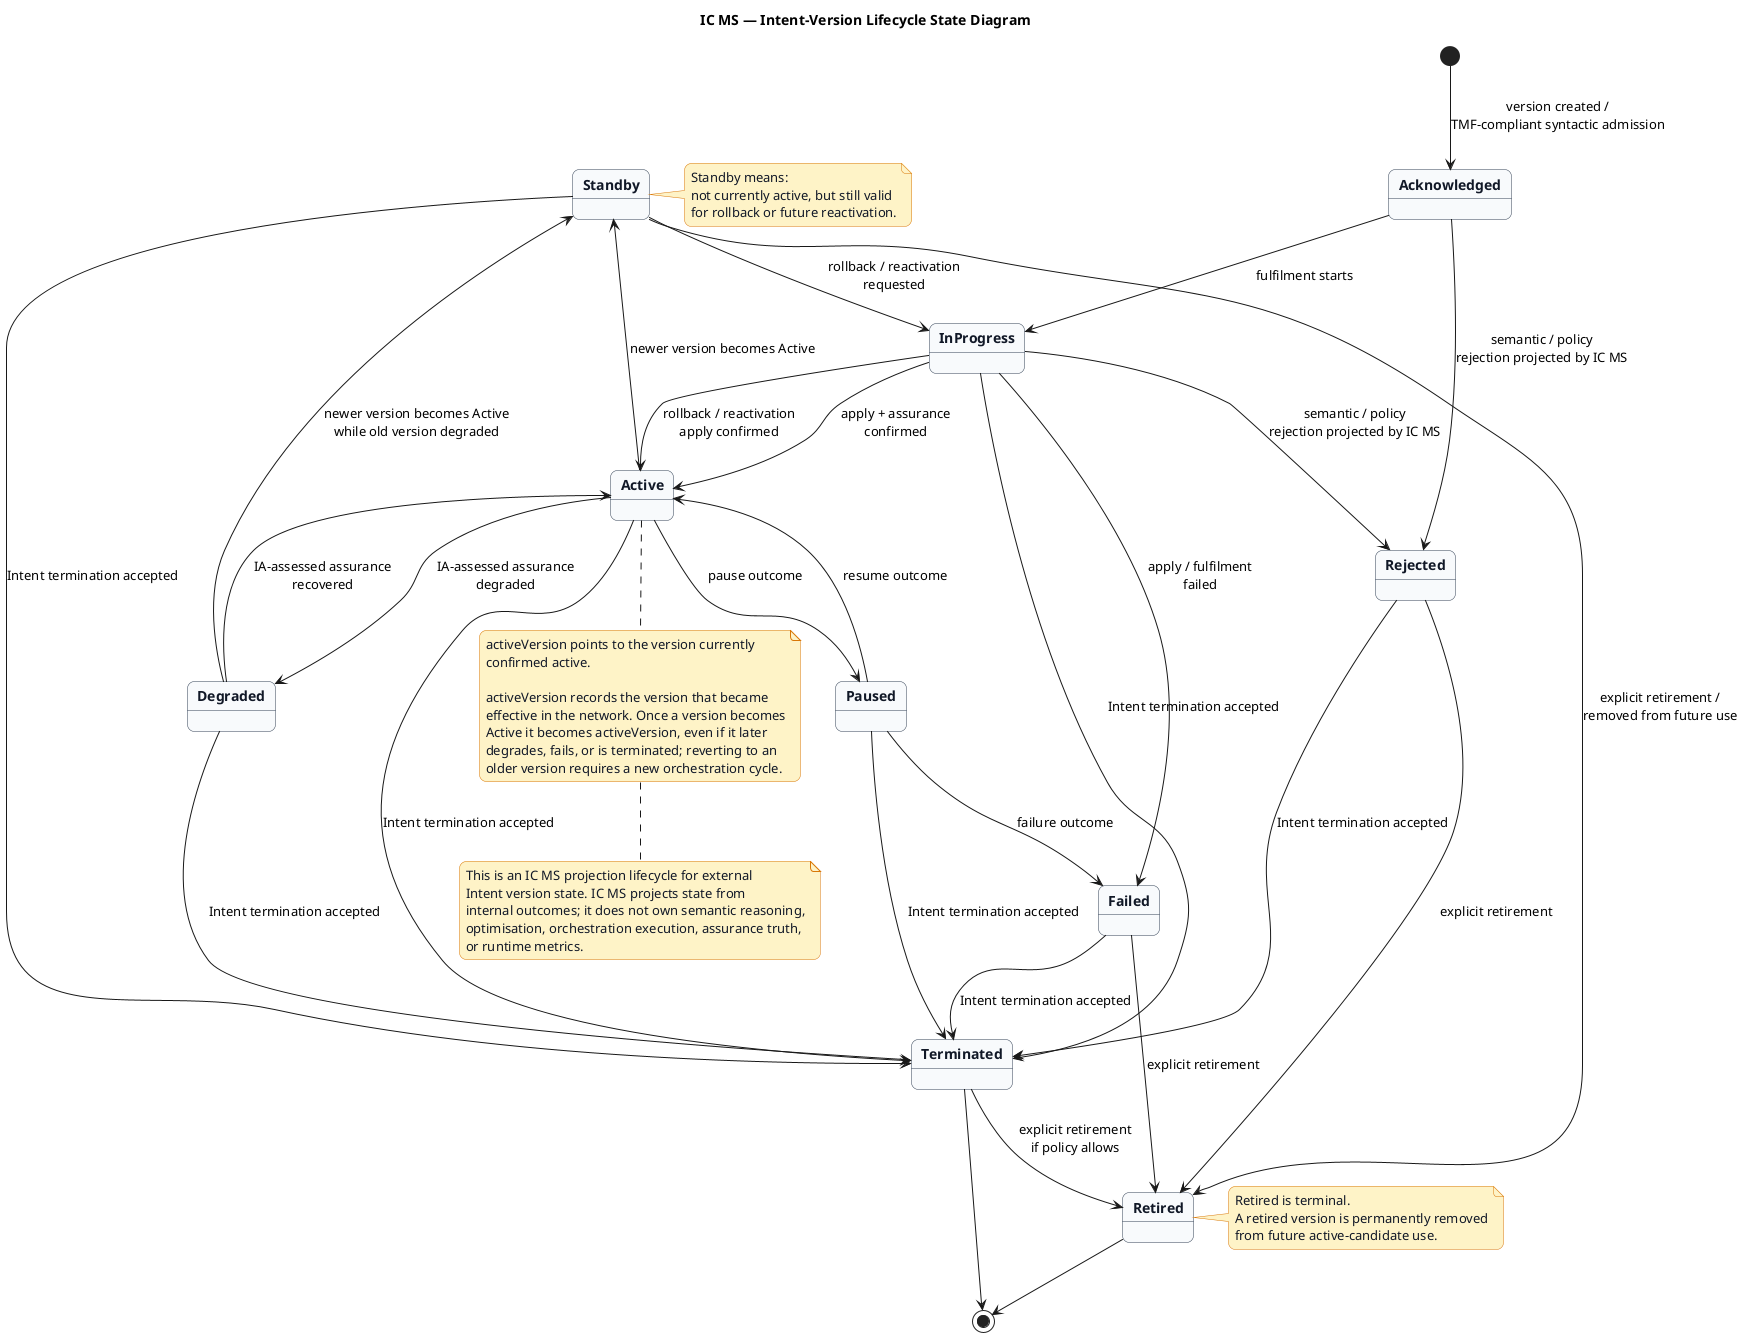
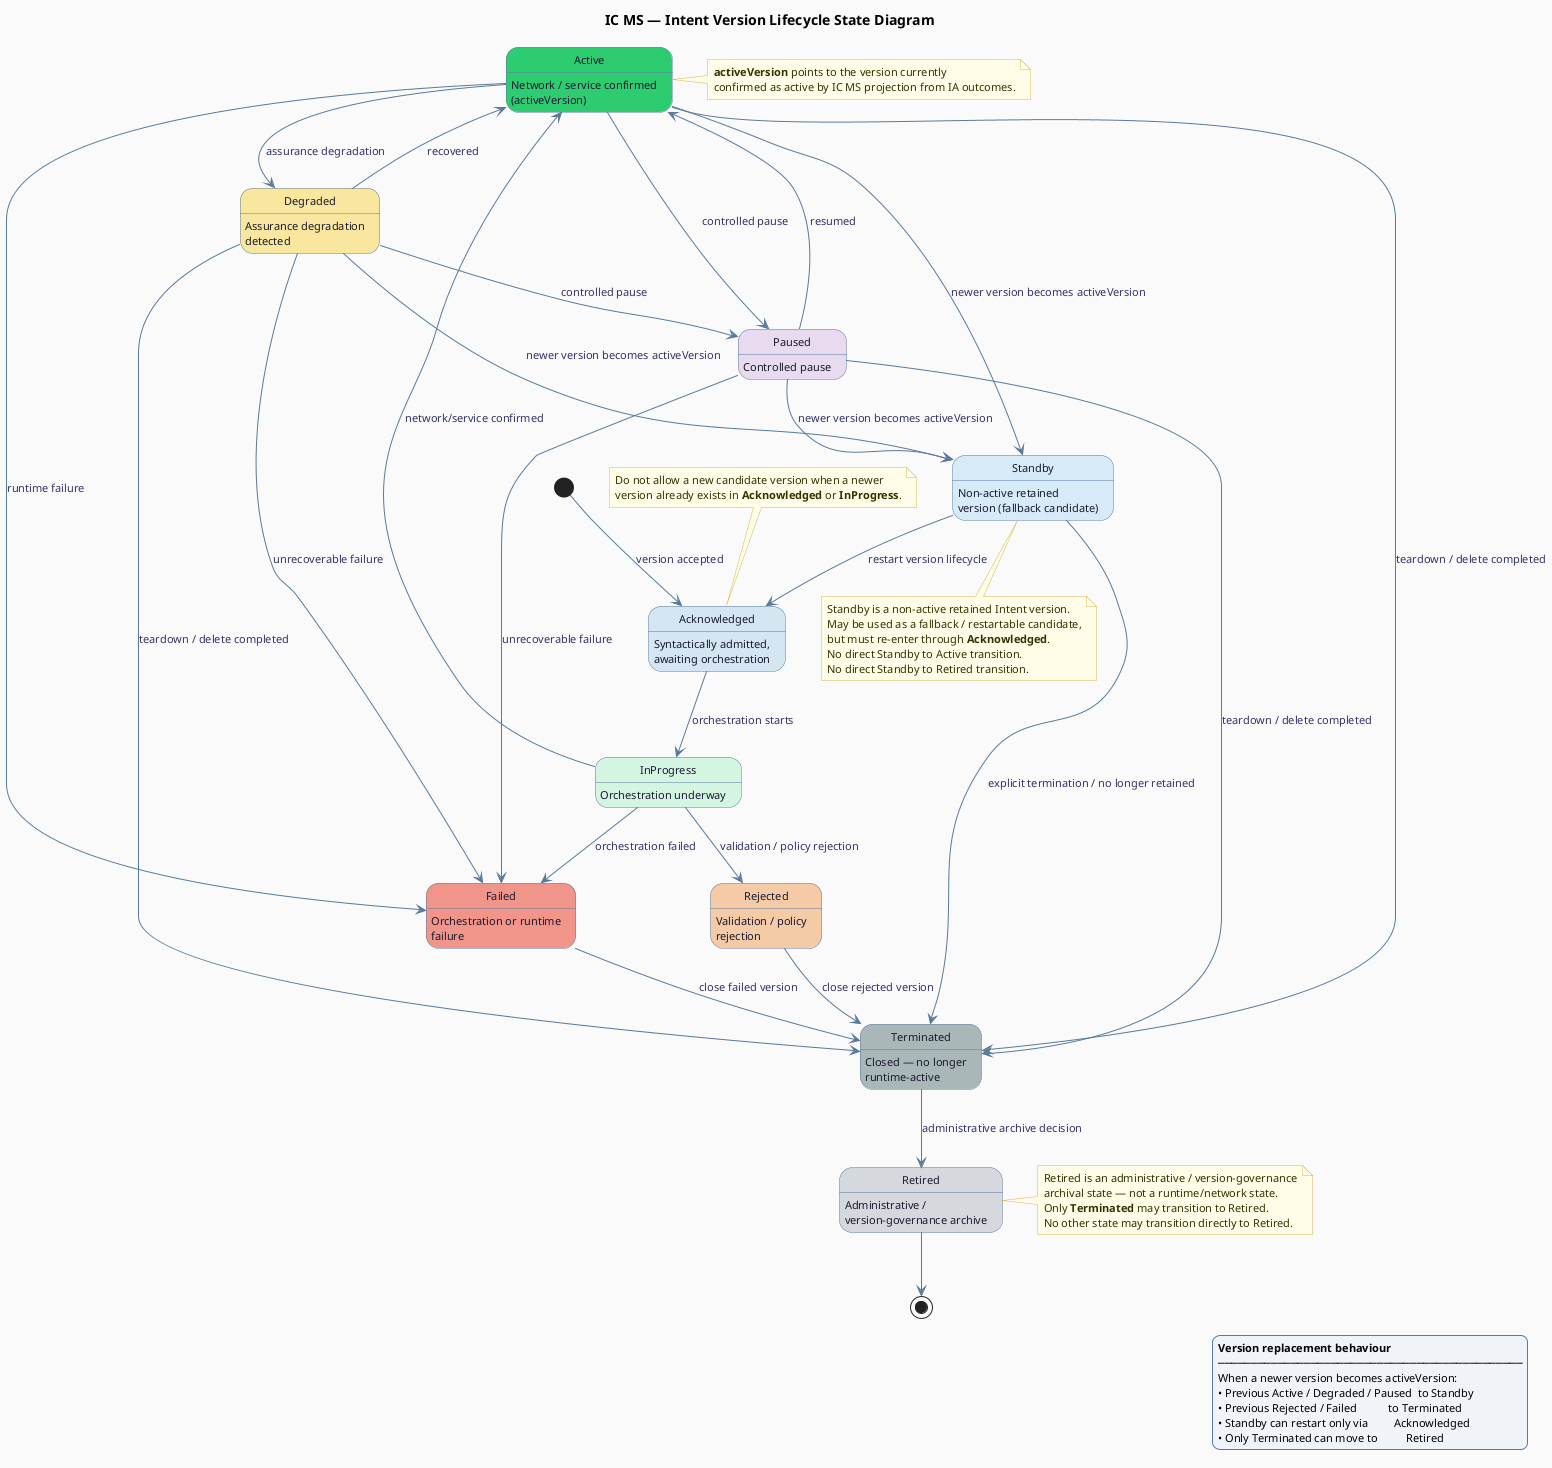
@startuml
- title IC MS — Intent-Version Lifecycle State Diagram
+ ' IC MS Intent Version Lifecycle State Diagram

- skinparam backgroundColor #FFFFFF
+ hide empty description
skinparam shadowing false
- skinparam roundcorner 14
+ skinparam backgroundColor #FAFAFA

skinparam state {
-   BackgroundColor #F8FAFC
-   BorderColor #334155
-   FontColor #111827
-   FontStyle bold
+   BackgroundColor #FFFFFF
+   BorderColor #5a7a9a
+   FontSize 12
+   FontColor #1a1a2e
+   ArrowColor #5a7a9a
+   ArrowFontSize 11
+   ArrowFontColor #333366
+   AttributeFontSize 11
}

skinparam note {
-   BackgroundColor #FEF3C7
-   BorderColor #D97706
-   FontColor #111827
+   BackgroundColor #fffde7
+   BorderColor #d6b656
+   FontSize 11
+   FontColor #333300
}

- [*] --> Acknowledged : version created /\nTMF-compliant syntactic admission
+ skinparam legend {
+   BackgroundColor #f0f4f8
+   BorderColor #5a7a9a
+   FontSize 11
+ }

- Acknowledged --> Rejected : semantic / policy\nrejection projected by IC MS
- Acknowledged --> InProgress : fulfilment starts
+ title <b>IC MS — Intent Version Lifecycle State Diagram</b>

- InProgress --> Active : apply + assurance\nconfirmed
- InProgress --> Failed : apply / fulfilment\nfailed
- InProgress --> Rejected : semantic / policy\nrejection projected by IC MS
+ ' ── Entry ──────────────────────────────────────────────────────────────────
+ [*] --> Acknowledged : version accepted

- Active --> Degraded : IA-assessed assurance\ndegraded
- Degraded --> Active : IA-assessed assurance\nrecovered
+ ' ── States ────────────────────────────────────────────────────────────────
+ state Acknowledged #d4e6f1 : Syntactically admitted,\nawaiting orchestration

- Active --> Standby : newer version becomes Active
- Degraded --> Standby : newer version becomes Active\nwhile old version degraded
+ state InProgress #d5f5e3 : Orchestration underway

- Standby --> InProgress : rollback / reactivation\nrequested
- InProgress --> Active : rollback / reactivation\napply confirmed
+ state Active #2ecc71 : Network / service confirmed\n(activeVersion)

- Active --> Paused : pause outcome
- Paused --> Active : resume outcome
- Paused --> Failed : failure outcome
+ state Degraded #f9e79f : Assurance degradation\ndetected

- Active --> Terminated : Intent termination accepted
- Degraded --> Terminated : Intent termination accepted
- Standby --> Terminated : Intent termination accepted
- InProgress --> Terminated : Intent termination accepted
- Paused --> Terminated : Intent termination accepted
- Failed --> Terminated : Intent termination accepted
- Rejected --> Terminated : Intent termination accepted
+ state Paused #e8daef : Controlled pause

- Standby --> Retired : explicit retirement /\nremoved from future use
- Failed --> Retired : explicit retirement
- Rejected --> Retired : explicit retirement
- Terminated --> Retired : explicit retirement\nif policy allows
+ state Standby #d6eaf8 : Non-active retained\nversion (fallback candidate)

- Retired --> [*]
- Terminated --> [*]
+ state Rejected #f5cba7 : Validation / policy\nrejection

- note right of Standby
- Standby means:
- not currently active, but still valid
- for rollback or future reactivation.
+ state Failed #f1948a : Orchestration or runtime\nfailure
+ 
+ state Terminated #aab7b8 : Closed — no longer\nruntime-active
+ 
+ state Retired #d5d8dc : Administrative /\nversion-governance archive
+ 
+ ' ── Transitions ───────────────────────────────────────────────────────────
+ Acknowledged --> InProgress : orchestration starts
+ 
+ InProgress --> Active     : network/service confirmed
+ InProgress --> Failed     : orchestration failed
+ InProgress --> Rejected   : validation / policy rejection
+ 
+ Active --> Degraded   : assurance degradation
+ Active --> Paused     : controlled pause
+ Active --> Failed     : runtime failure
+ Active --> Terminated : teardown / delete completed
+ Active --> Standby    : newer version becomes activeVersion
+ 
+ Degraded --> Active     : recovered
+ Degraded --> Paused     : controlled pause
+ Degraded --> Failed     : unrecoverable failure
+ Degraded --> Terminated : teardown / delete completed
+ Degraded --> Standby    : newer version becomes activeVersion
+ 
+ Paused --> Active     : resumed
+ Paused --> Failed     : unrecoverable failure
+ Paused --> Terminated : teardown / delete completed
+ Paused --> Standby    : newer version becomes activeVersion
+ 
+ Rejected  --> Terminated : close rejected version
+ Failed    --> Terminated : close failed version
+ 
+ Standby --> Acknowledged : restart version lifecycle
+ Standby --> Terminated   : explicit termination / no longer retained
+ 
+ Terminated --> Retired : administrative archive decision
+ Retired    --> [*]
+ 
+ ' ── Notes ─────────────────────────────────────────────────────────────────
+ note top of Acknowledged
+   Do not allow a new candidate version when a newer
+   version already exists in <b>Acknowledged</b> or <b>InProgress</b>.
+ end note
+ 
+ note right of Active
+   <b>activeVersion</b> points to the version currently
+   confirmed as active by IC MS projection from IA outcomes.
+ end note
+ 
+ note bottom of Standby
+   Standby is a non-active retained Intent version.
+   May be used as a fallback / restartable candidate,
+   but must re-enter through <b>Acknowledged</b>.
+   No direct Standby to Active transition.
+   No direct Standby to Retired transition.
end note

note right of Retired
- Retired is terminal.
- A retired version is permanently removed
- from future active-candidate use.
+   Retired is an administrative / version-governance
+   archival state — not a runtime/network state.
+   Only <b>Terminated</b> may transition to Retired.
+   No other state may transition directly to Retired.
end note

- note bottom of Active
- activeVersion points to the version currently
- confirmed active.
+ legend right
+   <b>Version replacement behaviour</b>
+   ──────────────────────────────────────────────
+   When a newer version becomes activeVersion:
+   • Previous Active / Degraded / Paused  to Standby
+   • Previous Rejected / Failed           to Terminated
+   • Standby can restart only via         Acknowledged
+   • Only Terminated can move to          Retired
+ endlegend

- activeVersion records the version that became
- effective in the network. Once a version becomes
- Active it becomes activeVersion, even if it later
- degrades, fails, or is terminated; reverting to an
- older version requires a new orchestration cycle.
- end note
- 
- note bottom
- This is an IC MS projection lifecycle for external
- Intent version state. IC MS projects state from
- internal outcomes; it does not own semantic reasoning,
- optimisation, orchestration execution, assurance truth,
- or runtime metrics.
- end note
- 
- @enduml
+ @enduml